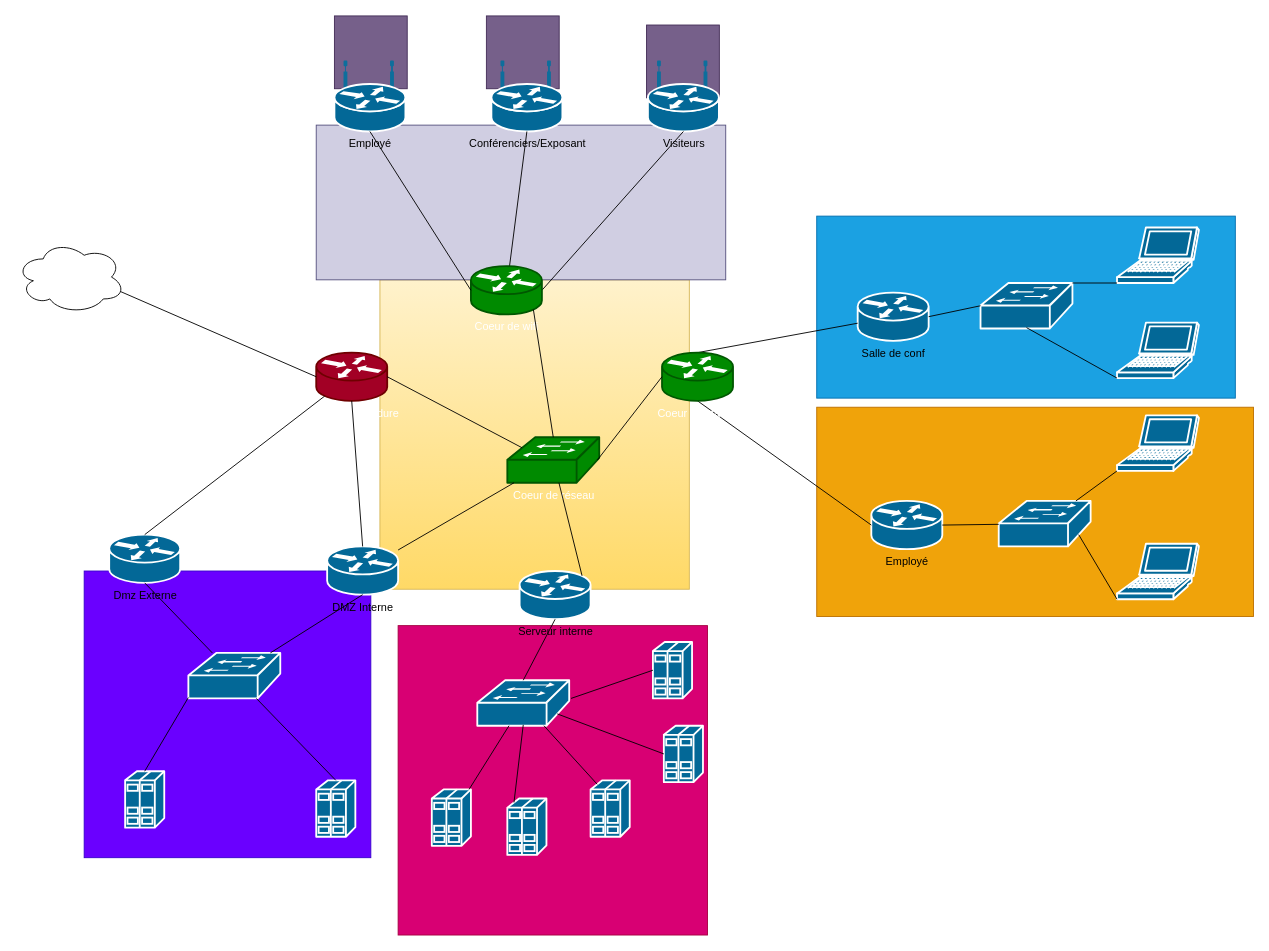
Before: Correctiontopologie.drawio in Brunoespi38/epsi-asrc-b2m2-tp2-projet, a draw.io diagram. Source tidied: cells renumbered, new cells numbered last; positions are measured from the earlier drawing's top-left corner, leaving out a move shared by most shapes. Both pictures are drawn from the tidied source at 91%, with x=0, y=0 at pixel (15, 15).
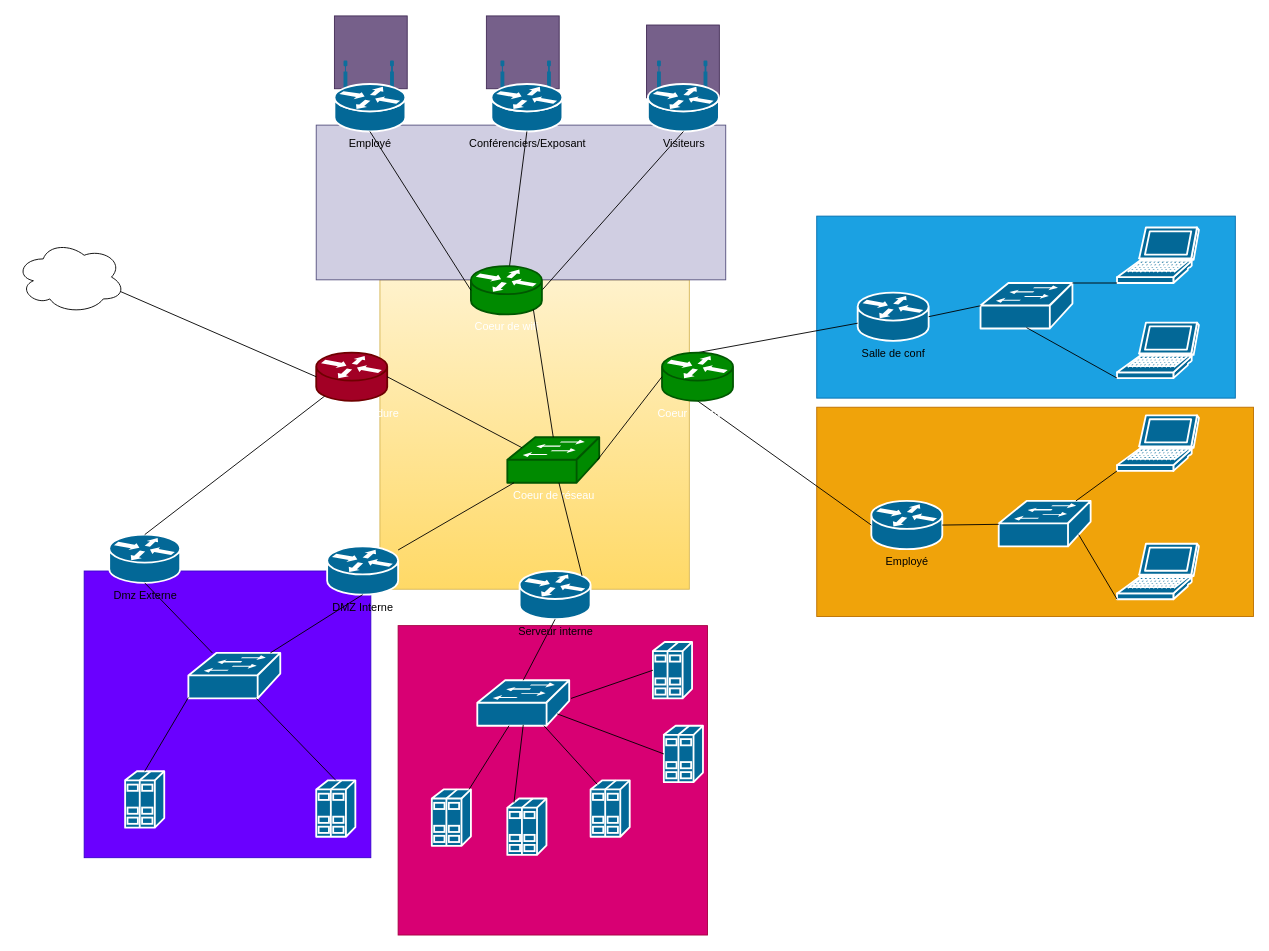
After the change.

The change refers to these unchanged cells:
```xml
<mxCell id="34" value="Serveur de bordure" style="shape=mxgraph.cisco.routers.router;sketch=0;html=1;dashed=0;fillColor=#a20025;strokeColor=#6F0000;strokeWidth=2;verticalLabelPosition=bottom;verticalAlign=top;align=center;outlineConnect=0;fontColor=#ffffff;" parent="1" vertex="1">
  <mxGeometry x="330" y="370" width="78" height="53" as="geometry" />
</mxCell>
<mxCell id="35" value="DMZ Interne" style="shape=mxgraph.cisco.routers.router;sketch=0;html=1;dashed=0;fillColor=#036897;strokeColor=#ffffff;strokeWidth=2;verticalLabelPosition=bottom;verticalAlign=top;align=center;outlineConnect=0;" parent="1" vertex="1">
  <mxGeometry x="342" y="583" width="78" height="53" as="geometry" />
</mxCell>
```

What changed in the source:
```diff
@@
-    <mxCell id="38" style="endArrow=none;html=1;entryX=0.5;entryY=1;entryDx=0;entryDy=0;entryPerimeter=0;exitX=0.5;exitY=0;exitDx=0;exitDy=0;exitPerimeter=0;" parent="1" edge="1" source="35" target="34">
-      <mxGeometry relative="1" as="geometry" />
-    </mxCell>
```
